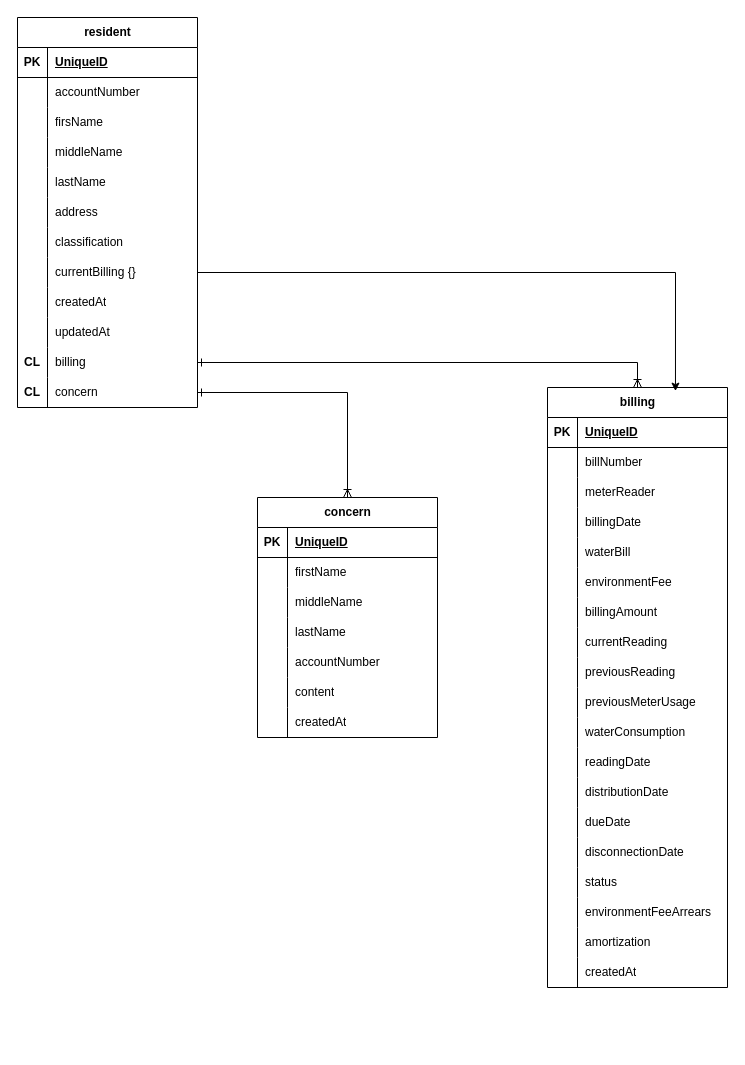
This is docs/cws-erd.drawio from yoyan-dev/calatrava-water-system-vue, a draw.io file, before an edit. Source tidied: cells renumbered, new cells numbered last; positions are measured from the earlier drawing's top-left corner, leaving out a move shared by most shapes. Both pictures are drawn from the tidied source at 100%, with x=0, y=0 at pixel (17, 17).
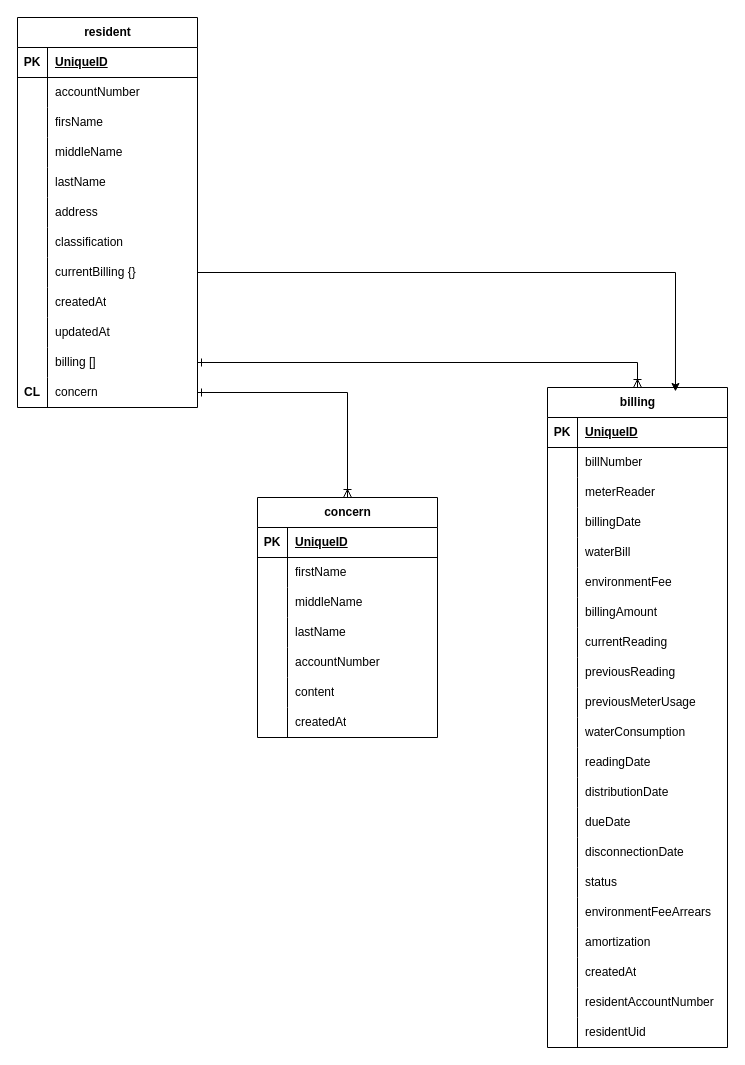
The same diagram, later.

The change refers to these unchanged cells:
```xml
<mxCell id="33" style="shape=tableRow;horizontal=0;startSize=0;swimlaneHead=0;swimlaneBody=0;fillColor=none;points=[[0,0.5],[1,0.5]];portConstraint=eastwest;top=0;left=0;right=0;bottom=0;" parent="2" vertex="1">
  <mxGeometry y="330" width="180" height="30" as="geometry" />
</mxCell>
```

What changed in the source:
```diff
@@
-    <mxCell id="34" value="&lt;b&gt;CL&lt;/b&gt;" style="shape=partialRectangle;fillColor=none;top=0;left=0;bottom=0;right=0;overflow=hidden;whiteSpace=wrap;html=1;" parent="33" vertex="1">
+    <mxCell id="34" style="shape=partialRectangle;fillColor=none;top=0;left=0;bottom=0;right=0;overflow=hidden;whiteSpace=wrap;html=1;" parent="33" vertex="1">
       <mxGeometry width="30" height="30" as="geometry" />
     </mxCell>
-    <mxCell id="35" value="billing" style="shape=partialRectangle;fillColor=none;top=0;left=0;bottom=0;right=0;align=left;spacingLeft=6;overflow=hidden;whiteSpace=wrap;html=1;" parent="33" vertex="1">
+    <mxCell id="35" value="billing []" style="shape=partialRectangle;fillColor=none;top=0;left=0;bottom=0;right=0;align=left;spacingLeft=6;overflow=hidden;whiteSpace=wrap;html=1;" parent="33" vertex="1">
       <mxGeometry x="30" width="150" height="30" as="geometry" />
     </mxCell>
@@
     <mxCell id="39" value="billing" style="shape=table;startSize=30;childLayout=tableLayout;rowLines=0;fontStyle=1;align=center;html=1;" parent="1" vertex="1">
-      <mxGeometry x="530" y="370" width="180" height="600" as="geometry" />
+      <mxGeometry x="530" y="370" width="180" height="660" as="geometry" />
     </mxCell>
@@
-    <mxCell id="97" style="edgeStyle=orthogonalEdgeStyle;rounded=0;jettySize=auto;html=1;exitX=1;exitY=0.5;exitDx=0;exitDy=0;entryX=0.5;entryY=0;entryDx=0;entryDy=0;startArrow=ERone;startFill=0;endArrow=ERoneToMany;endFill=0;" parent="1" edge="1" source="33" target="39">
-      <mxGeometry relative="1" as="geometry" />
-    </mxCell>
+    <mxCell id="122" style="shape=tableRow;horizontal=0;startSize=0;swimlaneHead=0;swimlaneBody=0;fillColor=none;top=0;left=0;right=0;bottom=0;" parent="39" vertex="1">
+      <mxGeometry y="600" width="180" height="30" as="geometry" />
+    </mxCell>
+    <mxCell id="123" style="shape=partialRectangle;fillColor=none;top=0;left=0;bottom=0;right=0;overflow=hidden;whiteSpace=wrap;html=1;" parent="122" vertex="1">
+      <mxGeometry width="30" height="30" as="geometry" />
+    </mxCell>
+    <mxCell id="124" value="residentAccountNumber" style="shape=partialRectangle;fillColor=none;top=0;left=0;bottom=0;right=0;align=left;spacingLeft=6;overflow=hidden;whiteSpace=wrap;html=1;" parent="122" vertex="1">
+      <mxGeometry x="30" width="150" height="30" as="geometry" />
+    </mxCell>
+    <mxCell id="125" style="shape=tableRow;horizontal=0;startSize=0;swimlaneHead=0;swimlaneBody=0;fillColor=none;top=0;left=0;right=0;bottom=0;" parent="39" vertex="1">
+      <mxGeometry y="630" width="180" height="30" as="geometry" />
+    </mxCell>
+    <mxCell id="126" style="shape=partialRectangle;fillColor=none;top=0;left=0;bottom=0;right=0;overflow=hidden;whiteSpace=wrap;html=1;" parent="125" vertex="1">
+      <mxGeometry width="30" height="30" as="geometry" />
+    </mxCell>
+    <mxCell id="127" value="residentUid" style="shape=partialRectangle;fillColor=none;top=0;left=0;bottom=0;right=0;align=left;spacingLeft=6;overflow=hidden;whiteSpace=wrap;html=1;" parent="125" vertex="1">
+      <mxGeometry x="30" width="150" height="30" as="geometry" />
+    </mxCell>
@@
+    <mxCell id="97" style="edgeStyle=orthogonalEdgeStyle;rounded=0;jettySize=auto;html=1;exitX=1;exitY=0.5;exitDx=0;exitDy=0;startArrow=ERone;startFill=0;endArrow=ERoneToMany;endFill=0;" parent="1" edge="1" source="33" target="39">
+      <mxGeometry relative="1" as="geometry" />
+    </mxCell>
```
